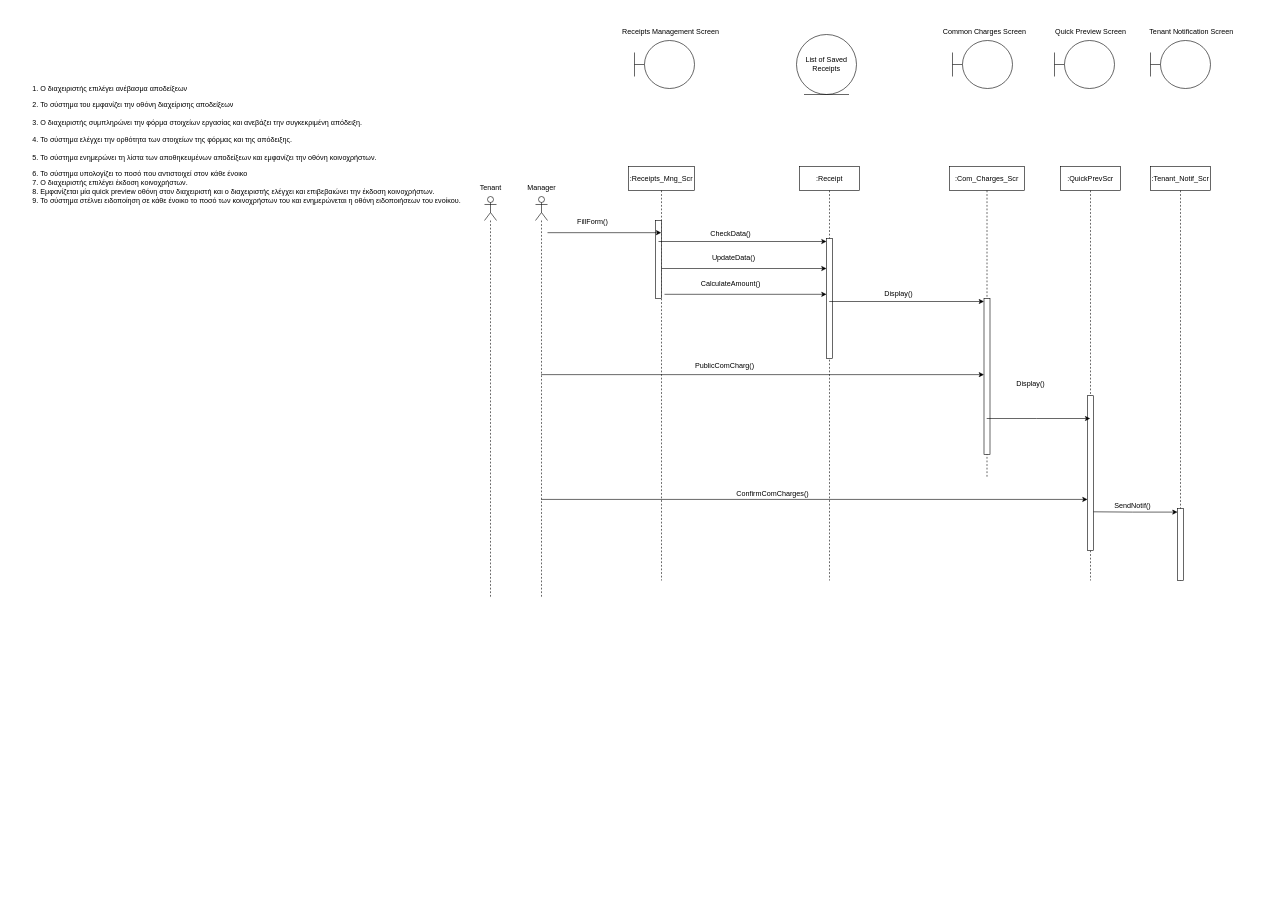
Earlier version of the draw.io diagram Sequence-diagram-Use Case 2 ( Upload Receipts )-v0.1.drawio (hariskonst/texnologia_logismikou). Source tidied: cells renumbered, new cells numbered last; positions are measured from the earlier drawing's top-left corner, leaving out a move shared by most shapes. Both pictures are drawn from the tidied source at 60%, with x=0, y=0 at pixel (10, 22).
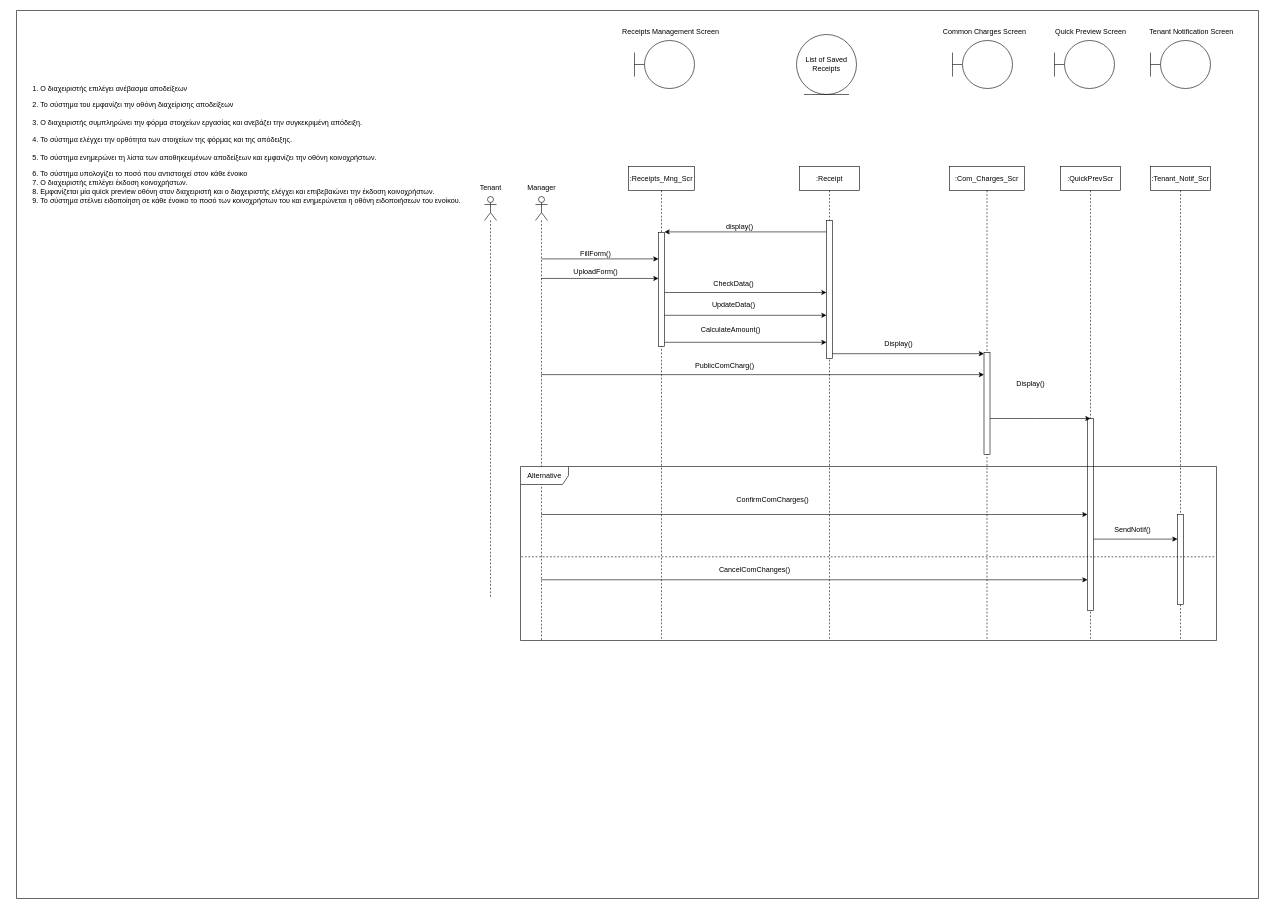
The same diagram, later.

Change to the diagram source:
```diff
@@
     <mxCell id="11" value=":Receipts_Mng_Scr" style="shape=umlLifeline;perimeter=lifelinePerimeter;whiteSpace=wrap;html=1;outlineConnect=0;portConstraint=eastwest;newEdgeStyle={&quot;curved&quot;:0,&quot;rounded&quot;:0};" parent="1" vertex="1">
-      <mxGeometry x="1030" y="240" width="110" height="690" as="geometry" />
+      <mxGeometry x="1030" y="240" width="110" height="790" as="geometry" />
     </mxCell>
-    <mxCell id="12" style="html=1;points=[[0,0,0,0,5],[0,1,0,0,-5],[1,0,0,0,5],[1,1,0,0,-5]];perimeter=orthogonalPerimeter;outlineConnect=0;targetShapes=umlLifeline;portConstraint=eastwest;newEdgeStyle={&quot;curved&quot;:0,&quot;rounded&quot;:0};" parent="11" vertex="1">
-      <mxGeometry x="45" y="90" width="10" height="130" as="geometry" />
+    <mxCell id="12" style="html=1;points=[[0,0,0,0,-1],[0,0.54,0,0,0],[1,0,0,0,-1],[1,0.09,0,0,0],[1,0.43,0,0,0],[1,1,0,0,-5]];perimeter=orthogonalPerimeter;outlineConnect=0;targetShapes=umlLifeline;portConstraint=eastwest;newEdgeStyle={&quot;curved&quot;:0,&quot;rounded&quot;:0};" parent="11" vertex="1">
+      <mxGeometry x="50" y="110" width="10" height="190" as="geometry" />
     </mxCell>
     <mxCell id="13" value=":QuickPrevScr" style="shape=umlLifeline;perimeter=lifelinePerimeter;whiteSpace=wrap;html=1;outlineConnect=0;portConstraint=eastwest;newEdgeStyle={&quot;curved&quot;:0,&quot;rounded&quot;:0};" parent="1" vertex="1">
-      <mxGeometry x="1750" y="240" width="100" height="690" as="geometry" />
+      <mxGeometry x="1750" y="240" width="100" height="790" as="geometry" />
     </mxCell>
-    <mxCell id="14" style="html=1;points=[[0,0,0,0,5],[0,0.25,0,0,0],[0,0.33,0,0,0],[0,0.5,0,0,0],[0,0.67,0,0,0],[0,0.75,0,0,0],[0,1,0,0,-5],[1,0,0,0,5],[1,0.25,0,0,0],[1,0.33,0,0,0],[1,0.5,0,0,0],[1,0.67,0,0,0],[1,0.75,0,0,0],[1,1,0,0,-5]];perimeter=orthogonalPerimeter;outlineConnect=0;targetShapes=umlLifeline;portConstraint=eastwest;newEdgeStyle={&quot;curved&quot;:0,&quot;rounded&quot;:0};" parent="13" vertex="1">
-      <mxGeometry x="45" y="382" width="10" height="258" as="geometry" />
+    <mxCell id="14" style="html=1;points=[[0,0,0,0,5],[0,0.25,0,0,0],[0,0.33,0,0,0],[0,0.5,0,0,0],[0,0.67,0,0,0],[0,0.84,0,0,0],[0,1,0,0,-5],[1,0,0,0,5],[1,0.25,0,0,0],[1,0.33,0,0,0],[1,0.5,0,0,0],[1,0.67,0,0,0],[1,0.75,0,0,0],[1,1,0,0,-5]];perimeter=orthogonalPerimeter;outlineConnect=0;targetShapes=umlLifeline;portConstraint=eastwest;newEdgeStyle={&quot;curved&quot;:0,&quot;rounded&quot;:0};" parent="13" vertex="1">
+      <mxGeometry x="45" y="420" width="10" height="320" as="geometry" />
     </mxCell>
     <mxCell id="15" value=":Tenant_Notif_Scr" style="shape=umlLifeline;perimeter=lifelinePerimeter;whiteSpace=wrap;html=1;newEdgeStyle={&quot;curved&quot;:0,&quot;rounded&quot;:0};" parent="1" vertex="1">
-      <mxGeometry x="1900" y="240" width="100" height="690" as="geometry" />
+      <mxGeometry x="1900" y="240" width="100" height="790" as="geometry" />
     </mxCell>
     <mxCell id="16" style="html=1;points=[[0,0,0,0,5],[0,1,0,0,-5],[1,0,0,0,5],[1,1,0,0,-5]];perimeter=orthogonalPerimeter;outlineConnect=0;targetShapes=umlLifeline;portConstraint=eastwest;newEdgeStyle={&quot;curved&quot;:0,&quot;rounded&quot;:0};" parent="15" vertex="1">
-      <mxGeometry x="45" y="570" width="10" height="120" as="geometry" />
+      <mxGeometry x="45" y="580" width="10" height="150" as="geometry" />
     </mxCell>
     <mxCell id="17" value=":Com_Charges_Scr" style="shape=umlLifeline;perimeter=lifelinePerimeter;whiteSpace=wrap;html=1;outlineConnect=0;portConstraint=eastwest;newEdgeStyle={&quot;curved&quot;:0,&quot;rounded&quot;:0};" parent="1" vertex="1">
-      <mxGeometry x="1565" y="240" width="125" height="520" as="geometry" />
+      <mxGeometry x="1565" y="240" width="125" height="790" as="geometry" />
     </mxCell>
     <mxCell id="18" style="html=1;points=[[0,0,0,0,5],[0,1,0,0,-5],[1,0,0,0,5],[1,1,0,0,-5]];perimeter=orthogonalPerimeter;outlineConnect=0;targetShapes=umlLifeline;portConstraint=eastwest;newEdgeStyle={&quot;curved&quot;:0,&quot;rounded&quot;:0};" parent="17" vertex="1">
-      <mxGeometry x="57.5" y="220" width="10" height="260" as="geometry" />
+      <mxGeometry x="57.5" y="310" width="10" height="170" as="geometry" />
     </mxCell>
     <mxCell id="19" style="shape=umlLifeline;perimeter=lifelinePerimeter;whiteSpace=wrap;html=1;outlineConnect=0;portConstraint=eastwest;newEdgeStyle={&quot;curved&quot;:0,&quot;rounded&quot;:0};participant=umlActor;points=[[1,0.09,0,0,0],[1,0.17,0,0,0],[1,0.18,0,0,0],[1,0.27,0,0,0],[1,0.33,0,0,0],[1,0.36,0,0,0],[1,0.45,0,0,0],[1,0.5,0,0,0],[1,0.55,0,0,0],[1,0.64,0,0,0],[1,0.67,0,0,0],[1,0.73,0,0,0],[1,0.82,0,0,0],[1,0.83,0,0,0],[1,0.91,0,0,0]];" parent="1" vertex="1">
-      <mxGeometry x="875" y="290" width="20" height="670" as="geometry" />
+      <mxGeometry x="875" y="290" width="20" height="740" as="geometry" />
     </mxCell>
@@
-    <mxCell id="23" style="endArrow=classic;html=1;rounded=0;exitX=1;exitY=0.09;exitDx=0;exitDy=0;exitPerimeter=0;" parent="1" edge="1" source="19" target="11">
-      <mxGeometry relative="1" as="geometry" />
+    <mxCell id="23" style="endArrow=classic;html=1;rounded=0;" parent="1" edge="1">
+      <mxGeometry relative="1" as="geometry">
+        <mxPoint x="884.9" y="394" as="sourcePoint" />
+        <mxPoint x="1080" y="394" as="targetPoint" />
+      </mxGeometry>
     </mxCell>
     <mxCell id="24" value="FillForm()" style="text;html=1;align=center;verticalAlign=middle;strokeColor=none;fillColor=none;" parent="1" vertex="1">
-      <mxGeometry x="935" y="318" width="70" height="30" as="geometry" />
+      <mxGeometry x="940" y="370" width="70" height="30" as="geometry" />
     </mxCell>
@@
     <mxCell id="26" value=":Receipt" style="shape=umlLifeline;perimeter=lifelinePerimeter;whiteSpace=wrap;html=1;outlineConnect=0;portConstraint=eastwest;newEdgeStyle={&quot;curved&quot;:0,&quot;rounded&quot;:0};" parent="1" vertex="1">
-      <mxGeometry x="1315" y="240" width="100" height="690" as="geometry" />
+      <mxGeometry x="1315" y="240" width="100" height="790" as="geometry" />
     </mxCell>
-    <mxCell id="27" style="html=1;points=[[0,0,0,0,5],[0,1,0,0,-5],[1,0,0,0,5],[1,1,0,0,-5]];perimeter=orthogonalPerimeter;outlineConnect=0;targetShapes=umlLifeline;portConstraint=eastwest;newEdgeStyle={&quot;curved&quot;:0,&quot;rounded&quot;:0};" parent="26" vertex="1">
-      <mxGeometry x="45" y="120" width="10" height="200" as="geometry" />
+    <mxCell id="27" style="html=1;points=[[0,0,0,0,-2],[0,1,0,0,-5],[1,0,0,0,5],[1,1,0,0,-5]];perimeter=orthogonalPerimeter;outlineConnect=0;targetShapes=umlLifeline;portConstraint=eastwest;newEdgeStyle={&quot;curved&quot;:0,&quot;rounded&quot;:0};" parent="26" vertex="1">
+      <mxGeometry x="45" y="90" width="10" height="230" as="geometry" />
     </mxCell>
-    <mxCell id="28" style="endArrow=classic;html=1;rounded=0;entryX=0;entryY=0;entryDx=0;entryDy=5;entryPerimeter=0;" parent="1" edge="1" target="27">
+    <mxCell id="28" style="endArrow=classic;html=1;rounded=0;" parent="1" edge="1">
       <mxGeometry relative="1" as="geometry">
-        <mxPoint x="1080" y="365" as="sourcePoint" />
+        <mxPoint x="1090" y="450" as="sourcePoint" />
+        <mxPoint x="1360" y="450" as="targetPoint" />
       </mxGeometry>
     </mxCell>
     <mxCell id="29" value="CheckData()" style="text;html=1;align=center;verticalAlign=middle;strokeColor=none;fillColor=none;rotation=0;" parent="1" vertex="1">
-      <mxGeometry x="1155" y="338" width="90" height="30" as="geometry" />
+      <mxGeometry x="1160" y="420" width="90" height="30" as="geometry" />
     </mxCell>
-    <mxCell id="30" style="endArrow=classic;html=1;rounded=0;" parent="1" edge="1" target="27">
+    <mxCell id="30" style="endArrow=classic;html=1;rounded=0;" parent="1" edge="1">
       <mxGeometry relative="1" as="geometry">
-        <mxPoint x="1090" y="453" as="sourcePoint" />
+        <mxPoint x="1090" y="533" as="sourcePoint" />
+        <mxPoint x="1360" y="533" as="targetPoint" />
       </mxGeometry>
     </mxCell>
-    <mxCell id="31" style="endArrow=classic;html=1;rounded=0;entryX=0;entryY=0;entryDx=0;entryDy=5;entryPerimeter=0;" parent="1" edge="1" source="12">
+    <mxCell id="31" style="endArrow=classic;html=1;rounded=0;entryX=0;entryY=0;entryDx=0;entryDy=5;entryPerimeter=0;" parent="1" edge="1">
       <mxGeometry relative="1" as="geometry">
-        <mxPoint x="1360" y="410" as="targetPoint" />
+        <mxPoint x="1090" y="488" as="sourcePoint" />
+        <mxPoint x="1360" y="488" as="targetPoint" />
       </mxGeometry>
     </mxCell>
     <mxCell id="32" value="UpdateData()" style="text;html=1;align=center;verticalAlign=middle;strokeColor=none;fillColor=none;" parent="1" vertex="1">
-      <mxGeometry x="1155" y="378" width="100" height="30" as="geometry" />
+      <mxGeometry x="1155" y="456" width="100" height="30" as="geometry" />
     </mxCell>
     <mxCell id="33" value="CalculateAmount()" style="text;html=1;align=center;verticalAlign=middle;strokeColor=none;fillColor=none;" parent="1" vertex="1">
-      <mxGeometry x="1140" y="420" width="120" height="30" as="geometry" />
+      <mxGeometry x="1140" y="498" width="120" height="30" as="geometry" />
     </mxCell>
-    <mxCell id="34" style="endArrow=classic;html=1;rounded=0;entryX=0;entryY=0;entryDx=0;entryDy=5;entryPerimeter=0;" parent="1" edge="1" source="26" target="18">
-      <mxGeometry relative="1" as="geometry" />
+    <mxCell id="34" style="endArrow=classic;html=1;rounded=0;" parent="1" edge="1" target="18">
+      <mxGeometry relative="1" as="geometry">
+        <mxPoint x="1370" y="552" as="sourcePoint" />
+      </mxGeometry>
     </mxCell>
     <mxCell id="35" value="Display()" style="text;html=1;align=center;verticalAlign=middle;strokeColor=none;fillColor=none;" parent="1" vertex="1">
-      <mxGeometry x="1445" y="438" width="70" height="30" as="geometry" />
+      <mxGeometry x="1445" y="520" width="70" height="30" as="geometry" />
     </mxCell>
@@
-    <mxCell id="38" style="endArrow=classic;html=1;rounded=0;" parent="1" edge="1" source="17" target="13">
+    <mxCell id="38" style="endArrow=classic;html=1;rounded=0;" parent="1" edge="1" source="18">
       <mxGeometry relative="1" as="geometry">
+        <mxPoint x="1800" y="660" as="targetPoint" />
         <Array as="points">
           <mxPoint x="1710" y="660" />
         </Array>
       </mxGeometry>
     </mxCell>
@@
-    <mxCell id="40" style="endArrow=classic;html=1;rounded=0;entryX=0;entryY=0.67;entryDx=0;entryDy=0;entryPerimeter=0;" parent="1" edge="1" source="19" target="14">
+    <mxCell id="40" style="endArrow=classic;html=1;rounded=0;entryX=0;entryY=0.5;entryDx=0;entryDy=0;entryPerimeter=0;" parent="1" edge="1" source="19" target="14">
       <mxGeometry relative="1" as="geometry" />
     </mxCell>
     <mxCell id="41" value="ConfirmComCharges()" style="text;html=1;align=center;verticalAlign=middle;strokeColor=none;fillColor=none;" parent="1" vertex="1">
-      <mxGeometry x="1200" y="770" width="140" height="30" as="geometry" />
+      <mxGeometry x="1200" y="780" width="140" height="30" as="geometry" />
     </mxCell>
-    <mxCell id="42" style="endArrow=classic;html=1;rounded=0;exitX=1;exitY=0.75;exitDx=0;exitDy=0;exitPerimeter=0;" parent="1" edge="1" source="14" target="16">
+    <mxCell id="42" style="endArrow=classic;html=1;rounded=0;" parent="1" edge="1" source="14" target="16">
       <mxGeometry relative="1" as="geometry">
         <Array as="points">
-          <mxPoint x="1870" y="816" />
+          <mxPoint x="1870" y="861" />
         </Array>
       </mxGeometry>
     </mxCell>
     <mxCell id="43" value="SendNotif()" style="text;html=1;align=center;verticalAlign=middle;strokeColor=none;fillColor=none;" parent="1" vertex="1">
-      <mxGeometry x="1830" y="790" width="80" height="30" as="geometry" />
+      <mxGeometry x="1830" y="830" width="80" height="30" as="geometry" />
     </mxCell>
+    <mxCell id="44" style="endArrow=classic;html=1;rounded=0;entryX=0;entryY=0.54;entryDx=0;entryDy=0;entryPerimeter=0;" parent="1" edge="1">
+      <mxGeometry relative="1" as="geometry">
+        <mxPoint x="884.3" y="426.6" as="sourcePoint" />
+        <mxPoint x="1080" y="426.6" as="targetPoint" />
+      </mxGeometry>
+    </mxCell>
+    <mxCell id="45" value="UploadForm()" style="text;html=1;align=center;verticalAlign=middle;strokeColor=none;fillColor=none;" parent="1" vertex="1">
+      <mxGeometry x="925" y="400" width="100" height="30" as="geometry" />
+    </mxCell>
+    <mxCell id="46" value="Alternative" style="shape=umlFrame;whiteSpace=wrap;html=1;width=80;height=30;" parent="1" vertex="1">
+      <mxGeometry x="850" y="740" width="1160" height="290" as="geometry" />
+    </mxCell>
+    <mxCell id="47" style="endArrow=none;dashed=1;html=1;rounded=0;entryX=0.999;entryY=0.519;entryDx=0;entryDy=0;entryPerimeter=0;exitX=0.001;exitY=0.519;exitDx=0;exitDy=0;exitPerimeter=0;" parent="1" edge="1" source="46" target="46">
+      <mxGeometry relative="1" as="geometry" />
+    </mxCell>
+    <mxCell id="48" style="endArrow=classic;html=1;rounded=0;entryX=0;entryY=0.84;entryDx=0;entryDy=0;entryPerimeter=0;" parent="1" edge="1" source="19" target="14">
+      <mxGeometry relative="1" as="geometry" />
+    </mxCell>
+    <mxCell id="49" value="CancelComChanges()" style="text;html=1;align=center;verticalAlign=middle;strokeColor=none;fillColor=none;" parent="1" vertex="1">
+      <mxGeometry x="1170" y="898" width="140" height="30" as="geometry" />
+    </mxCell>
+    <mxCell id="50" style="endArrow=classic;html=1;rounded=0;entryX=1;entryY=0;entryDx=0;entryDy=-1;entryPerimeter=0;" parent="1" edge="1" source="27" target="12">
+      <mxGeometry relative="1" as="geometry" />
+    </mxCell>
+    <mxCell id="51" value="display()" style="text;html=1;align=center;verticalAlign=middle;strokeColor=none;fillColor=none;" parent="1" vertex="1">
+      <mxGeometry x="1180" y="325" width="70" height="30" as="geometry" />
+    </mxCell>
+    <mxCell id="52" style="swimlane;startSize=0;" parent="1" vertex="1">
+      <mxGeometry x="10" y="-20" width="2070" height="1480" as="geometry" />
+    </mxCell>
```
